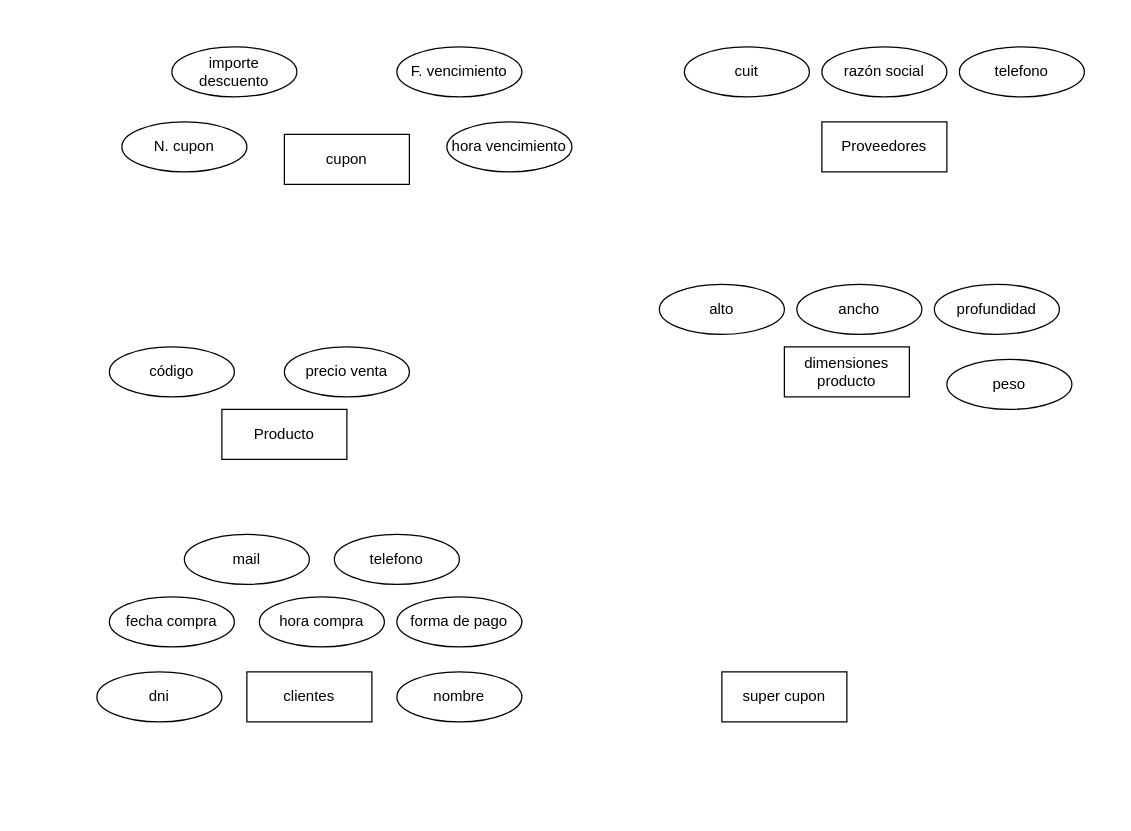
Above: CUPONES.drawio in williamQuimbay/williamQuimbay (draw.io), before the change. Source tidied: cells renumbered, new cells numbered last; positions are measured from the earlier drawing's top-left corner, leaving out a move shared by most shapes. Both pictures are drawn from the tidied source at 125%, with x=0, y=0 at pixel (96, 46).
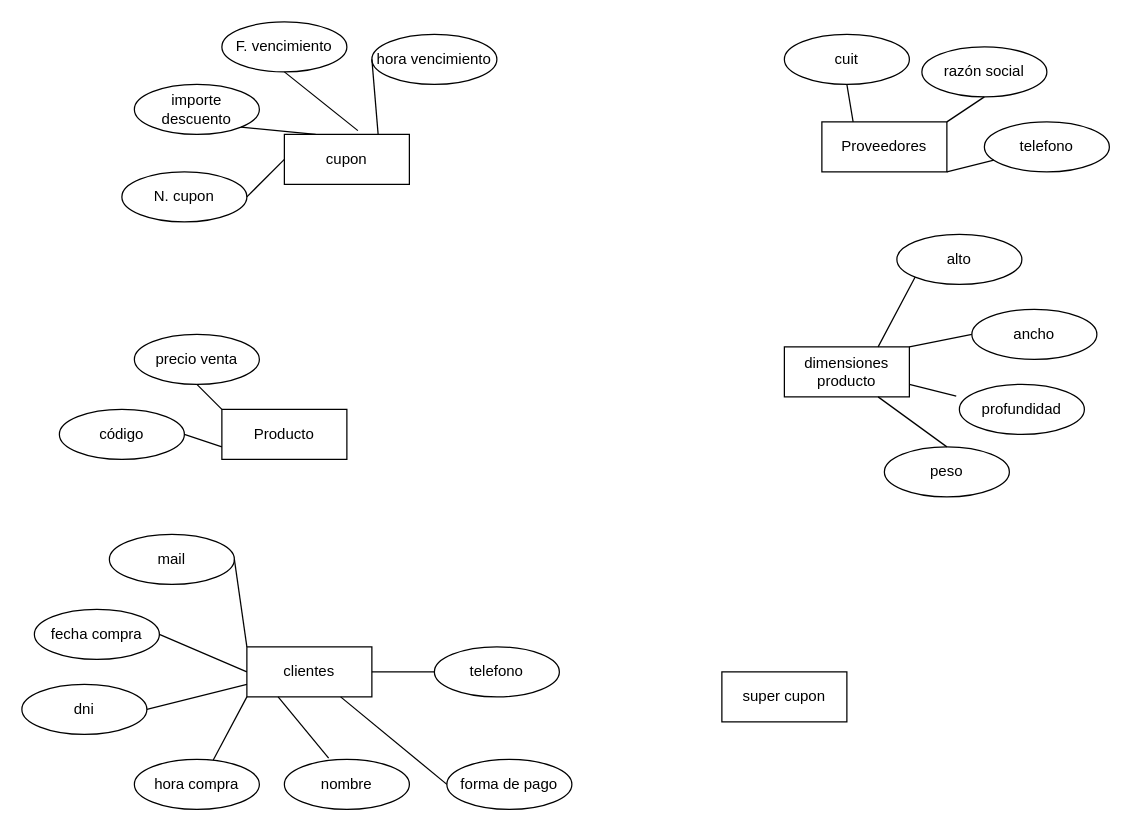
Above is the later version.

Unchanged cells that the change refers to:
```xml
<mxCell id="2" value="cupon" style="whiteSpace=wrap;html=1;align=center;" parent="1" vertex="1">
  <mxGeometry x="150" y="70" width="100" height="40" as="geometry" />
</mxCell>
<mxCell id="7" value="Producto" style="whiteSpace=wrap;html=1;align=center;" parent="1" vertex="1">
  <mxGeometry x="100" y="290" width="100" height="40" as="geometry" />
</mxCell>
<mxCell id="10" value="Proveedores" style="whiteSpace=wrap;html=1;align=center;" parent="1" vertex="1">
  <mxGeometry x="580" y="60" width="100" height="40" as="geometry" />
</mxCell>
<mxCell id="14" value="dimensiones producto" style="whiteSpace=wrap;html=1;align=center;" parent="1" vertex="1">
  <mxGeometry x="550" y="240" width="100" height="40" as="geometry" />
</mxCell>
```

Change to the diagram source:
```diff
@@
     <mxCell id="3" value="N. cupon" style="ellipse;whiteSpace=wrap;html=1;align=center;" parent="1" vertex="1">
-      <mxGeometry x="20" y="60" width="100" height="40" as="geometry" />
+      <mxGeometry x="20" y="100" width="100" height="40" as="geometry" />
     </mxCell>
     <mxCell id="4" value="importe descuento" style="ellipse;whiteSpace=wrap;html=1;align=center;" parent="1" vertex="1">
-      <mxGeometry x="60" width="100" height="40" as="geometry" />
+      <mxGeometry x="30" y="30" width="100" height="40" as="geometry" />
     </mxCell>
     <mxCell id="5" value="F. vencimiento" style="ellipse;whiteSpace=wrap;html=1;align=center;" parent="1" vertex="1">
-      <mxGeometry x="240" width="100" height="40" as="geometry" />
+      <mxGeometry x="100" y="-20" width="100" height="40" as="geometry" />
     </mxCell>
     <mxCell id="6" value="hora vencimiento" style="ellipse;whiteSpace=wrap;html=1;align=center;" parent="1" vertex="1">
-      <mxGeometry x="280" y="60" width="100" height="40" as="geometry" />
+      <mxGeometry x="220" y="-10" width="100" height="40" as="geometry" />
     </mxCell>
@@
     <mxCell id="8" value="código" style="ellipse;whiteSpace=wrap;html=1;align=center;" parent="1" vertex="1">
-      <mxGeometry x="10" y="240" width="100" height="40" as="geometry" />
+      <mxGeometry x="-30" y="290" width="100" height="40" as="geometry" />
     </mxCell>
     <mxCell id="9" value="precio venta" style="ellipse;whiteSpace=wrap;html=1;align=center;" parent="1" vertex="1">
-      <mxGeometry x="150" y="240" width="100" height="40" as="geometry" />
+      <mxGeometry x="30" y="230" width="100" height="40" as="geometry" />
     </mxCell>
@@
     <mxCell id="11" value="cuit" style="ellipse;whiteSpace=wrap;html=1;align=center;" parent="1" vertex="1">
-      <mxGeometry x="470" width="100" height="40" as="geometry" />
+      <mxGeometry x="550" y="-10" width="100" height="40" as="geometry" />
     </mxCell>
     <mxCell id="12" value="razón social" style="ellipse;whiteSpace=wrap;html=1;align=center;" parent="1" vertex="1">
-      <mxGeometry x="580" width="100" height="40" as="geometry" />
+      <mxGeometry x="660" width="100" height="40" as="geometry" />
     </mxCell>
     <mxCell id="13" value="telefono" style="ellipse;whiteSpace=wrap;html=1;align=center;" parent="1" vertex="1">
-      <mxGeometry x="690" width="100" height="40" as="geometry" />
+      <mxGeometry x="710" y="60" width="100" height="40" as="geometry" />
     </mxCell>
@@
     <mxCell id="15" value="alto" style="ellipse;whiteSpace=wrap;html=1;align=center;" parent="1" vertex="1">
-      <mxGeometry x="450" y="190" width="100" height="40" as="geometry" />
+      <mxGeometry x="640" y="150" width="100" height="40" as="geometry" />
     </mxCell>
     <mxCell id="16" value="ancho&lt;br&gt;" style="ellipse;whiteSpace=wrap;html=1;align=center;" parent="1" vertex="1">
-      <mxGeometry x="560" y="190" width="100" height="40" as="geometry" />
+      <mxGeometry x="700" y="210" width="100" height="40" as="geometry" />
     </mxCell>
     <mxCell id="17" value="profundidad" style="ellipse;whiteSpace=wrap;html=1;align=center;" parent="1" vertex="1">
-      <mxGeometry x="670" y="190" width="100" height="40" as="geometry" />
+      <mxGeometry x="690" y="270" width="100" height="40" as="geometry" />
     </mxCell>
     <mxCell id="18" value="peso" style="ellipse;whiteSpace=wrap;html=1;align=center;" parent="1" vertex="1">
-      <mxGeometry x="680" y="250" width="100" height="40" as="geometry" />
+      <mxGeometry x="630" y="320" width="100" height="40" as="geometry" />
     </mxCell>
     <mxCell id="19" value="clientes" style="whiteSpace=wrap;html=1;align=center;" parent="1" vertex="1">
-      <mxGeometry x="120" y="500" width="100" height="40" as="geometry" />
+      <mxGeometry x="120" y="480" width="100" height="40" as="geometry" />
     </mxCell>
     <mxCell id="20" value="fecha compra" style="ellipse;whiteSpace=wrap;html=1;align=center;" parent="1" vertex="1">
-      <mxGeometry x="10" y="440" width="100" height="40" as="geometry" />
+      <mxGeometry x="-50" y="450" width="100" height="40" as="geometry" />
     </mxCell>
     <mxCell id="21" value="hora compra" style="ellipse;whiteSpace=wrap;html=1;align=center;" parent="1" vertex="1">
-      <mxGeometry x="130" y="440" width="100" height="40" as="geometry" />
+      <mxGeometry x="30" y="570" width="100" height="40" as="geometry" />
     </mxCell>
     <mxCell id="22" value="forma de pago" style="ellipse;whiteSpace=wrap;html=1;align=center;" parent="1" vertex="1">
-      <mxGeometry x="240" y="440" width="100" height="40" as="geometry" />
+      <mxGeometry x="280" y="570" width="100" height="40" as="geometry" />
     </mxCell>
     <mxCell id="23" value="dni" style="ellipse;whiteSpace=wrap;html=1;align=center;" parent="1" vertex="1">
-      <mxGeometry y="500" width="100" height="40" as="geometry" />
+      <mxGeometry x="-60" y="510" width="100" height="40" as="geometry" />
     </mxCell>
     <mxCell id="24" value="nombre" style="ellipse;whiteSpace=wrap;html=1;align=center;" parent="1" vertex="1">
-      <mxGeometry x="240" y="500" width="100" height="40" as="geometry" />
+      <mxGeometry x="150" y="570" width="100" height="40" as="geometry" />
     </mxCell>
     <mxCell id="25" value="telefono" style="ellipse;whiteSpace=wrap;html=1;align=center;" parent="1" vertex="1">
-      <mxGeometry x="190" y="390" width="100" height="40" as="geometry" />
+      <mxGeometry x="270" y="480" width="100" height="40" as="geometry" />
     </mxCell>
     <mxCell id="26" value="mail" style="ellipse;whiteSpace=wrap;html=1;align=center;" parent="1" vertex="1">
-      <mxGeometry x="70" y="390" width="100" height="40" as="geometry" />
+      <mxGeometry x="10" y="390" width="100" height="40" as="geometry" />
     </mxCell>
@@
+    <mxCell id="28" style="endArrow=none;html=1;rounded=0;exitX=1;exitY=0.5;exitDx=0;exitDy=0;entryX=0;entryY=0.5;entryDx=0;entryDy=0;" parent="1" edge="1" source="3" target="2">
+      <mxGeometry relative="1" as="geometry" />
+    </mxCell>
+    <mxCell id="29" style="endArrow=none;html=1;rounded=0;exitX=1;exitY=1;exitDx=0;exitDy=0;entryX=0.25;entryY=0;entryDx=0;entryDy=0;" parent="1" edge="1" source="4" target="2">
+      <mxGeometry relative="1" as="geometry" />
+    </mxCell>
+    <mxCell id="30" style="endArrow=none;html=1;rounded=0;exitX=0.588;exitY=-0.075;exitDx=0;exitDy=0;entryX=0.5;entryY=1;entryDx=0;entryDy=0;exitPerimeter=0;" parent="1" edge="1" source="2" target="5">
+      <mxGeometry relative="1" as="geometry" />
+    </mxCell>
+    <mxCell id="31" style="endArrow=none;html=1;rounded=0;exitX=0.75;exitY=0;exitDx=0;exitDy=0;entryX=0;entryY=0.5;entryDx=0;entryDy=0;" parent="1" edge="1" source="2" target="6">
+      <mxGeometry relative="1" as="geometry" />
+    </mxCell>
+    <mxCell id="32" style="endArrow=none;html=1;rounded=0;exitX=0.25;exitY=0;exitDx=0;exitDy=0;entryX=0.5;entryY=1;entryDx=0;entryDy=0;" parent="1" edge="1" source="10" target="11">
+      <mxGeometry relative="1" as="geometry" />
+    </mxCell>
+    <mxCell id="33" style="endArrow=none;html=1;rounded=0;exitX=0.5;exitY=1;exitDx=0;exitDy=0;entryX=1;entryY=0;entryDx=0;entryDy=0;" parent="1" edge="1" source="12" target="10">
+      <mxGeometry relative="1" as="geometry" />
+    </mxCell>
+    <mxCell id="34" style="endArrow=none;html=1;rounded=0;exitX=1;exitY=1;exitDx=0;exitDy=0;" parent="1" edge="1" source="10" target="13">
+      <mxGeometry relative="1" as="geometry" />
+    </mxCell>
+    <mxCell id="35" style="endArrow=none;html=1;rounded=0;exitX=0;exitY=1;exitDx=0;exitDy=0;entryX=0.75;entryY=0;entryDx=0;entryDy=0;" parent="1" edge="1" source="15" target="14">
+      <mxGeometry relative="1" as="geometry" />
+    </mxCell>
+    <mxCell id="36" style="endArrow=none;html=1;rounded=0;exitX=0;exitY=0.5;exitDx=0;exitDy=0;entryX=1;entryY=0;entryDx=0;entryDy=0;" parent="1" edge="1" source="16" target="14">
+      <mxGeometry relative="1" as="geometry" />
+    </mxCell>
+    <mxCell id="37" style="endArrow=none;html=1;rounded=0;exitX=-0.025;exitY=0.237;exitDx=0;exitDy=0;entryX=1;entryY=0.75;entryDx=0;entryDy=0;exitPerimeter=0;" parent="1" edge="1" source="17" target="14">
+      <mxGeometry relative="1" as="geometry" />
+    </mxCell>
+    <mxCell id="38" style="endArrow=none;html=1;rounded=0;exitX=0.5;exitY=0;exitDx=0;exitDy=0;entryX=0.75;entryY=1;entryDx=0;entryDy=0;" parent="1" edge="1" source="18" target="14">
+      <mxGeometry relative="1" as="geometry" />
+    </mxCell>
+    <mxCell id="39" style="endArrow=none;html=1;rounded=0;exitX=0.5;exitY=1;exitDx=0;exitDy=0;entryX=0;entryY=0;entryDx=0;entryDy=0;" parent="1" edge="1" source="9" target="7">
+      <mxGeometry relative="1" as="geometry" />
+    </mxCell>
+    <mxCell id="40" style="endArrow=none;html=1;rounded=0;exitX=1;exitY=0.5;exitDx=0;exitDy=0;entryX=0;entryY=0.75;entryDx=0;entryDy=0;" parent="1" edge="1" source="8" target="7">
+      <mxGeometry relative="1" as="geometry" />
+    </mxCell>
+    <mxCell id="41" style="endArrow=none;html=1;rounded=0;exitX=0;exitY=0;exitDx=0;exitDy=0;entryX=1;entryY=0.5;entryDx=0;entryDy=0;" parent="1" edge="1" source="19" target="26">
+      <mxGeometry relative="1" as="geometry" />
+    </mxCell>
+    <mxCell id="42" style="endArrow=none;html=1;rounded=0;exitX=0;exitY=0.5;exitDx=0;exitDy=0;entryX=1;entryY=0.5;entryDx=0;entryDy=0;" parent="1" edge="1" source="19" target="20">
+      <mxGeometry relative="1" as="geometry" />
+    </mxCell>
+    <mxCell id="43" style="endArrow=none;html=1;rounded=0;exitX=0;exitY=0.75;exitDx=0;exitDy=0;entryX=1;entryY=0.5;entryDx=0;entryDy=0;" parent="1" edge="1" source="19" target="23">
+      <mxGeometry relative="1" as="geometry" />
+    </mxCell>
+    <mxCell id="44" style="endArrow=none;html=1;rounded=0;exitX=0.631;exitY=0.013;exitDx=0;exitDy=0;entryX=0;entryY=1;entryDx=0;entryDy=0;exitPerimeter=0;" parent="1" edge="1" source="21" target="19">
+      <mxGeometry relative="1" as="geometry" />
+    </mxCell>
+    <mxCell id="45" style="endArrow=none;html=1;rounded=0;exitX=0.25;exitY=1;exitDx=0;exitDy=0;entryX=0.354;entryY=-0.025;entryDx=0;entryDy=0;entryPerimeter=0;" parent="1" edge="1" source="19" target="24">
+      <mxGeometry relative="1" as="geometry" />
+    </mxCell>
+    <mxCell id="46" style="endArrow=none;html=1;rounded=0;exitX=0.75;exitY=1;exitDx=0;exitDy=0;entryX=0;entryY=0.5;entryDx=0;entryDy=0;" parent="1" edge="1" source="19" target="22">
+      <mxGeometry relative="1" as="geometry" />
+    </mxCell>
+    <mxCell id="47" style="endArrow=none;html=1;rounded=0;exitX=1;exitY=0.5;exitDx=0;exitDy=0;entryX=0;entryY=0.5;entryDx=0;entryDy=0;" parent="1" edge="1" source="19" target="25">
+      <mxGeometry relative="1" as="geometry" />
+    </mxCell>
```
